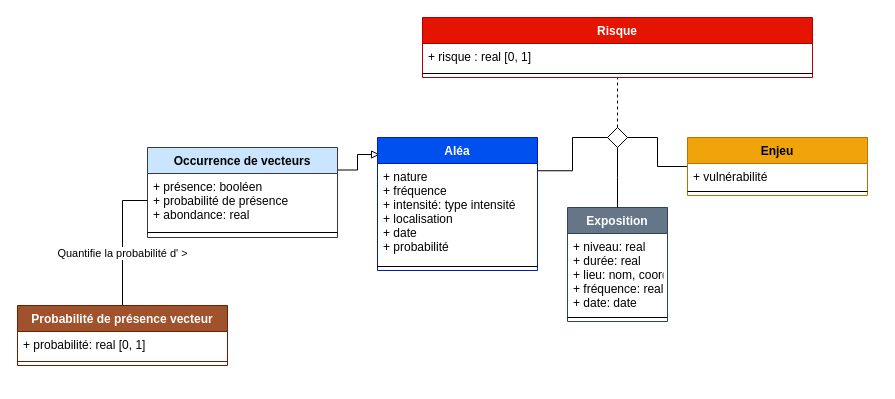
Earlier version of the draw.io diagram page "Probabilité présence vecteur" (1 of 2) of indicateurs.drawio (EmmanuelRouxIRD/PROGYSAT-VecTrans). Source tidied: cells renumbered, new cells numbered last; positions are measured from the earlier drawing's top-left corner, leaving out a move shared by most shapes. Both pictures are drawn from the tidied source at 100%, with x=0, y=0 at pixel (17, 17).
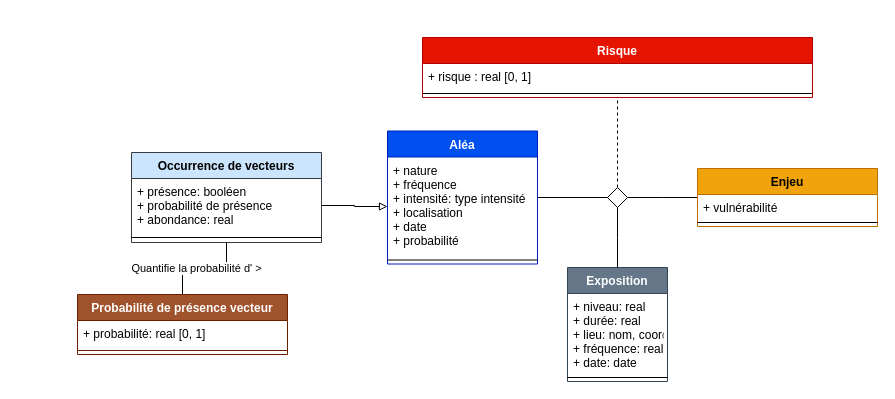
Above is the later version.

Commit message (it also covers changes not shown here):
Mettre à jour indicateurs.drawio

The change refers to these unchanged cells:
```xml
<mxCell id="4" value="+ présence: booléen&#10;+ probabilité de présence&#10;+ abondance: real" style="text;strokeColor=none;fillColor=none;align=left;verticalAlign=top;spacingLeft=4;spacingRight=4;overflow=hidden;points=[[0,0.5],[1,0.5]];portConstraint=eastwest;" parent="3" vertex="1">
  <mxGeometry y="26" width="190" height="54" as="geometry" />
</mxCell>
```

Diff of the diagram source:
```diff
@@
-    <mxCell id="2" style="edgeStyle=orthogonalEdgeStyle;rounded=0;jettySize=auto;html=1;exitX=1;exitY=0.25;exitDx=0;exitDy=0;entryX=0.013;entryY=0.128;entryDx=0;entryDy=0;entryPerimeter=0;endArrow=block;endFill=0;" parent="1" edge="1" source="3" target="14">
+    <mxCell id="2" style="edgeStyle=orthogonalEdgeStyle;rounded=0;jettySize=auto;html=1;exitX=1;exitY=0.5;exitDx=0;exitDy=0;entryX=0;entryY=0.5;entryDx=0;entryDy=0;endArrow=block;endFill=0;" parent="1" edge="1" source="4" target="15">
       <mxGeometry relative="1" as="geometry" />
     </mxCell>
     <mxCell id="3" value="Occurrence de vecteurs" style="swimlane;fontStyle=1;align=center;verticalAlign=top;horizontal=1;startSize=26;fillColor=#cce5ff;strokeColor=#36393d;" parent="1" vertex="1">
-      <mxGeometry x="130" y="130" width="190" height="90" as="geometry" />
+      <mxGeometry x="114" y="135" width="190" height="90" as="geometry" />
     </mxCell>
@@
-    <mxCell id="6" style="edgeStyle=orthogonalEdgeStyle;rounded=0;jettySize=auto;html=1;exitX=0.5;exitY=0;exitDx=0;exitDy=0;endArrow=none;endFill=0;entryX=0;entryY=0.5;entryDx=0;entryDy=0;" parent="1" edge="1" source="8" target="4">
+    <mxCell id="6" style="edgeStyle=orthogonalEdgeStyle;rounded=0;jettySize=auto;html=1;exitX=0.5;exitY=0;exitDx=0;exitDy=0;endArrow=none;endFill=0;entryX=0.5;entryY=1;entryDx=0;entryDy=0;" parent="1" edge="1" source="8" target="3">
       <mxGeometry relative="1" as="geometry" />
     </mxCell>
@@
     <mxCell id="8" value="Probabilité de présence vecteur" style="swimlane;fontStyle=1;align=center;verticalAlign=top;horizontal=1;startSize=26;whiteSpace=wrap;html=1;fillColor=#a0522d;strokeColor=#6D1F00;fontColor=#ffffff;" parent="1" vertex="1">
-      <mxGeometry y="288" width="210" height="60" as="geometry" />
+      <mxGeometry x="60" y="277" width="210" height="60" as="geometry" />
     </mxCell>
@@
     <mxCell id="11" value="Exposition" style="swimlane;fontStyle=1;align=center;verticalAlign=top;horizontal=1;startSize=26;fillColor=#647687;strokeColor=#314354;fontColor=#ffffff;" parent="1" vertex="1">
-      <mxGeometry x="550" y="190" width="100" height="114" as="geometry" />
+      <mxGeometry x="550" y="250" width="100" height="114" as="geometry" />
     </mxCell>
@@
     <mxCell id="14" value="Aléa" style="swimlane;fontStyle=1;align=center;verticalAlign=top;horizontal=1;startSize=26;fillColor=#0050ef;strokeColor=#001DBC;fontColor=#ffffff;" parent="1" vertex="1">
-      <mxGeometry x="360" y="120" width="160" height="133" as="geometry" />
+      <mxGeometry x="370" y="113.5" width="150" height="133" as="geometry" />
     </mxCell>
     <mxCell id="15" value="+ nature&#10;+ fréquence&#10;+ intensité: type intensité&#10;+ localisation&#10;+ date&#10;+ probabilité" style="text;strokeColor=none;fillColor=none;align=left;verticalAlign=top;spacingLeft=4;spacingRight=4;overflow=hidden;points=[[0,0.5],[1,0.5]];portConstraint=eastwest;" parent="14" vertex="1">
-      <mxGeometry y="26" width="160" height="99" as="geometry" />
+      <mxGeometry y="26" width="150" height="99" as="geometry" />
     </mxCell>
     <mxCell id="16" style="line;strokeWidth=1;fillColor=none;align=left;verticalAlign=middle;spacingTop=-1;spacingLeft=3;spacingRight=3;labelPosition=right;" parent="14" vertex="1">
-      <mxGeometry y="125" width="160" height="8" as="geometry" />
+      <mxGeometry y="125" width="150" height="8" as="geometry" />
     </mxCell>
@@
-    <mxCell id="18" style="edgeStyle=elbowEdgeStyle;rounded=0;jettySize=auto;html=1;exitX=1;exitY=0.5;exitDx=0;exitDy=0;entryX=0;entryY=0.5;entryDx=0;entryDy=0;endArrow=none;endFill=0;" parent="1" edge="1" source="19" target="25">
+    <mxCell id="18" style="edgeStyle=elbowEdgeStyle;rounded=0;jettySize=auto;html=1;exitX=1;exitY=0.5;exitDx=0;exitDy=0;endArrow=none;endFill=0;entryX=0;entryY=0.5;entryDx=0;entryDy=0;" parent="1" edge="1" source="19" target="25">
       <mxGeometry relative="1" as="geometry" />
     </mxCell>
+    <mxCell id="28" style="edgeStyle=orthogonalEdgeStyle;rounded=0;jettySize=auto;html=1;endArrow=none;endFill=0;" parent="1" edge="1" source="19" target="14">
+      <mxGeometry relative="1" as="geometry" />
+    </mxCell>
     <mxCell id="19" style="rhombus;" parent="1" vertex="1">
-      <mxGeometry x="590" y="110" width="20" height="20" as="geometry" />
+      <mxGeometry x="590" y="170" width="20" height="20" as="geometry" />
     </mxCell>
-    <mxCell id="20" style="endArrow=none;html=1;rounded=0;align=center;verticalAlign=bottom;labelBackgroundColor=none;exitX=1;exitY=0.25;exitDx=0;exitDy=0;edgeStyle=elbowEdgeStyle;" parent="1" edge="1" source="14" target="19">
-      <mxGeometry relative="1" as="geometry" />
-    </mxCell>
@@
     <mxCell id="22" value="Risque" style="swimlane;fontStyle=1;align=center;verticalAlign=top;horizontal=1;startSize=26;fillColor=#e51400;strokeColor=#B20000;fontColor=#ffffff;" parent="1" vertex="1">
-      <mxGeometry x="405" width="390" height="60" as="geometry" />
+      <mxGeometry x="405" y="20" width="390" height="60" as="geometry" />
     </mxCell>
@@
     <mxCell id="25" value="Enjeu" style="swimlane;fontStyle=1;align=center;verticalAlign=top;horizontal=1;startSize=26;fillColor=#f0a30a;strokeColor=#BD7000;fontColor=#000000;" parent="1" vertex="1">
-      <mxGeometry x="670" y="120" width="180" height="58" as="geometry" />
+      <mxGeometry x="680" y="151" width="180" height="58" as="geometry" />
     </mxCell>
```
